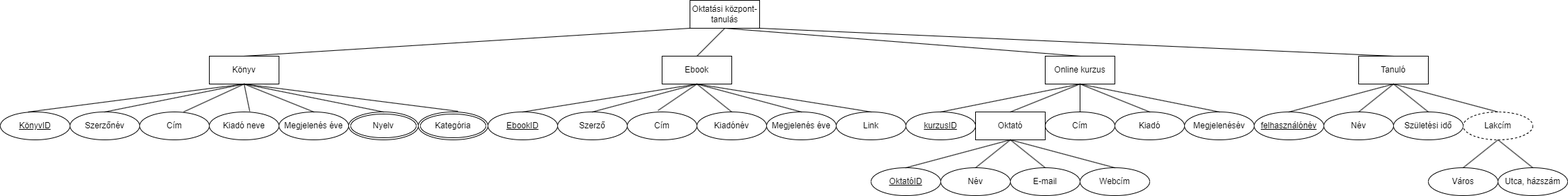
Above: Web/XML_ME/Webes_adatkezelo_kornyezetek/Feleves_feladat/XDMmktjs0.drawio.png in kovacsgergely22/Notes (draw.io), before the change. Source tidied: cells renumbered, new cells last; positions are measured from the earlier drawing's top-left corner, leaving out a move shared by most shapes.
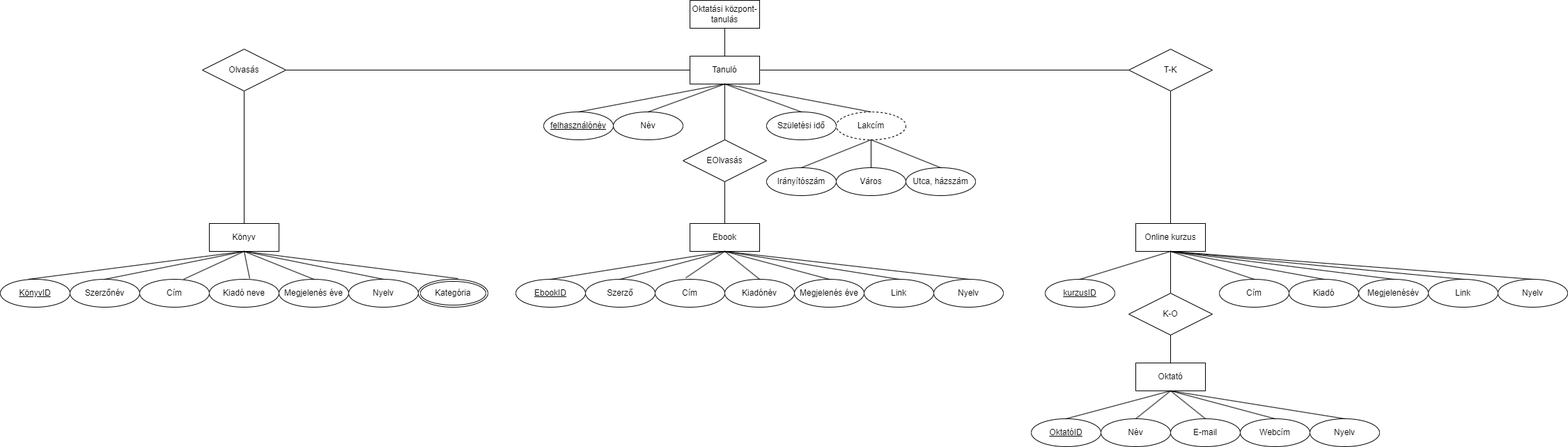
The same diagram one commit later.

Diff of the diagram source:
```diff
@@ -6,100 +6,97 @@
       <mxGeometry x="990" width="100" height="40" as="geometry" />
     </mxCell>
     <mxCell id="3" value="Tanuló" style="whiteSpace=wrap;html=1;align=center;" parent="1" vertex="1">
-      <mxGeometry x="1950" y="80" width="100" height="40" as="geometry" />
+      <mxGeometry x="990" y="80" width="100" height="40" as="geometry" />
     </mxCell>
     <mxCell id="4" value="Online kurzus" style="whiteSpace=wrap;html=1;align=center;" parent="1" vertex="1">
-      <mxGeometry x="1500" y="80" width="100" height="40" as="geometry" />
+      <mxGeometry x="1630" y="320" width="100" height="40" as="geometry" />
     </mxCell>
     <mxCell id="5" value="Ebook" style="whiteSpace=wrap;html=1;align=center;" parent="1" vertex="1">
-      <mxGeometry x="950" y="80" width="100" height="40" as="geometry" />
+      <mxGeometry x="990" y="320" width="100" height="40" as="geometry" />
     </mxCell>
     <mxCell id="6" value="Könyv" style="whiteSpace=wrap;html=1;align=center;" parent="1" vertex="1">
-      <mxGeometry x="300" y="80" width="100" height="40" as="geometry" />
+      <mxGeometry x="300" y="320" width="100" height="40" as="geometry" />
     </mxCell>
     <mxCell id="7" value="Szerző" style="ellipse;whiteSpace=wrap;html=1;align=center;" parent="1" vertex="1">
-      <mxGeometry x="800" y="160" width="100" height="40" as="geometry" />
+      <mxGeometry x="840" y="400" width="100" height="40" as="geometry" />
     </mxCell>
     <mxCell id="8" value="Szerzőnév" style="ellipse;whiteSpace=wrap;html=1;align=center;" parent="1" vertex="1">
-      <mxGeometry x="100" y="160" width="100" height="40" as="geometry" />
+      <mxGeometry x="100" y="400" width="100" height="40" as="geometry" />
     </mxCell>
     <mxCell id="9" value="Cím" style="ellipse;whiteSpace=wrap;html=1;align=center;" parent="1" vertex="1">
-      <mxGeometry x="200" y="160" width="100" height="40" as="geometry" />
+      <mxGeometry x="200" y="400" width="100" height="40" as="geometry" />
     </mxCell>
     <mxCell id="10" value="Kiadó neve" style="ellipse;whiteSpace=wrap;html=1;align=center;" parent="1" vertex="1">
-      <mxGeometry x="300" y="160" width="100" height="40" as="geometry" />
+      <mxGeometry x="300" y="400" width="100" height="40" as="geometry" />
     </mxCell>
     <mxCell id="11" value="Megjelenés éve" style="ellipse;whiteSpace=wrap;html=1;align=center;" parent="1" vertex="1">
-      <mxGeometry x="400" y="160" width="100" height="40" as="geometry" />
+      <mxGeometry x="400" y="400" width="100" height="40" as="geometry" />
     </mxCell>
     <mxCell id="12" value="Kategória" style="ellipse;shape=doubleEllipse;margin=3;whiteSpace=wrap;html=1;align=center;" parent="1" vertex="1">
-      <mxGeometry x="600" y="160" width="100" height="40" as="geometry" />
+      <mxGeometry x="600" y="400" width="100" height="40" as="geometry" />
     </mxCell>
-    <mxCell id="13" value="Nyelv" style="ellipse;shape=doubleEllipse;margin=3;whiteSpace=wrap;html=1;align=center;" parent="1" vertex="1">
-      <mxGeometry x="500" y="160" width="100" height="40" as="geometry" />
-    </mxCell>
     <mxCell id="14" value="Link" style="ellipse;whiteSpace=wrap;html=1;align=center;" parent="1" vertex="1">
-      <mxGeometry x="1200" y="160" width="100" height="40" as="geometry" />
+      <mxGeometry x="1240" y="400" width="100" height="40" as="geometry" />
     </mxCell>
     <mxCell id="15" value="Megjelenés éve" style="ellipse;whiteSpace=wrap;html=1;align=center;" parent="1" vertex="1">
-      <mxGeometry x="1100" y="160" width="100" height="40" as="geometry" />
+      <mxGeometry x="1140" y="400" width="100" height="40" as="geometry" />
     </mxCell>
     <mxCell id="16" value="Kiadónév" style="ellipse;whiteSpace=wrap;html=1;align=center;" parent="1" vertex="1">
-      <mxGeometry x="1000" y="160" width="100" height="40" as="geometry" />
+      <mxGeometry x="1040" y="400" width="100" height="40" as="geometry" />
     </mxCell>
     <mxCell id="17" value="Cím" style="ellipse;whiteSpace=wrap;html=1;align=center;" parent="1" vertex="1">
-      <mxGeometry x="900" y="160" width="100" height="40" as="geometry" />
+      <mxGeometry x="940" y="400" width="100" height="40" as="geometry" />
     </mxCell>
     <mxCell id="18" value="KönyvID" style="ellipse;whiteSpace=wrap;html=1;align=center;fontStyle=4;" parent="1" vertex="1">
-      <mxGeometry y="160" width="100" height="40" as="geometry" />
+      <mxGeometry y="400" width="100" height="40" as="geometry" />
     </mxCell>
     <mxCell id="19" value="EbookID" style="ellipse;whiteSpace=wrap;html=1;align=center;fontStyle=4;" parent="1" vertex="1">
-      <mxGeometry x="700" y="160" width="100" height="40" as="geometry" />
+      <mxGeometry x="740" y="400" width="100" height="40" as="geometry" />
     </mxCell>
     <mxCell id="20" value="kurzusID" style="ellipse;whiteSpace=wrap;html=1;align=center;fontStyle=4;" parent="1" vertex="1">
-      <mxGeometry x="1300" y="160" width="100" height="40" as="geometry" />
+      <mxGeometry x="1500" y="400" width="100" height="40" as="geometry" />
     </mxCell>
     <mxCell id="21" value="Cím" style="ellipse;whiteSpace=wrap;html=1;align=center;" parent="1" vertex="1">
-      <mxGeometry x="1500" y="160" width="100" height="40" as="geometry" />
+      <mxGeometry x="1750" y="400" width="100" height="40" as="geometry" />
     </mxCell>
     <mxCell id="22" value="Oktató" style="whiteSpace=wrap;html=1;align=center;" parent="1" vertex="1">
-      <mxGeometry x="1400" y="160" width="100" height="40" as="geometry" />
+      <mxGeometry x="1630" y="520" width="100" height="40" as="geometry" />
     </mxCell>
     <mxCell id="23" value="Kiadó" style="ellipse;whiteSpace=wrap;html=1;align=center;" parent="1" vertex="1">
-      <mxGeometry x="1600" y="160" width="100" height="40" as="geometry" />
+      <mxGeometry x="1850" y="400" width="100" height="40" as="geometry" />
     </mxCell>
     <mxCell id="24" value="Megjelenésév" style="ellipse;whiteSpace=wrap;html=1;align=center;" parent="1" vertex="1">
-      <mxGeometry x="1700" y="160" width="100" height="40" as="geometry" />
+      <mxGeometry x="1950" y="400" width="100" height="40" as="geometry" />
     </mxCell>
     <mxCell id="25" value="OktatóID" style="ellipse;whiteSpace=wrap;html=1;align=center;fontStyle=4;" parent="1" vertex="1">
-      <mxGeometry x="1250" y="240" width="100" height="40" as="geometry" />
+      <mxGeometry x="1480" y="600" width="100" height="40" as="geometry" />
     </mxCell>
     <mxCell id="26" value="E-mail" style="ellipse;whiteSpace=wrap;html=1;align=center;" parent="1" vertex="1">
-      <mxGeometry x="1450" y="240" width="100" height="40" as="geometry" />
+      <mxGeometry x="1680" y="600" width="100" height="40" as="geometry" />
     </mxCell>
     <mxCell id="27" value="Név" style="ellipse;whiteSpace=wrap;html=1;align=center;" parent="1" vertex="1">
-      <mxGeometry x="1350" y="240" width="100" height="40" as="geometry" />
+      <mxGeometry x="1580" y="600" width="100" height="40" as="geometry" />
     </mxCell>
     <mxCell id="28" value="Webcím" style="ellipse;whiteSpace=wrap;html=1;align=center;" parent="1" vertex="1">
-      <mxGeometry x="1550" y="240" width="100" height="40" as="geometry" />
+      <mxGeometry x="1780" y="600" width="100" height="40" as="geometry" />
     </mxCell>
     <mxCell id="29" value="felhasználónév" style="ellipse;whiteSpace=wrap;html=1;align=center;fontStyle=4;" parent="1" vertex="1">
-      <mxGeometry x="1800" y="160" width="100" height="40" as="geometry" />
+      <mxGeometry x="780" y="160" width="100" height="40" as="geometry" />
     </mxCell>
     <mxCell id="30" value="Név" style="ellipse;whiteSpace=wrap;html=1;align=center;" parent="1" vertex="1">
-      <mxGeometry x="1900" y="160" width="100" height="40" as="geometry" />
+      <mxGeometry x="880" y="160" width="100" height="40" as="geometry" />
     </mxCell>
     <mxCell id="31" value="Születési idő" style="ellipse;whiteSpace=wrap;html=1;align=center;" parent="1" vertex="1">
-      <mxGeometry x="2000" y="160" width="100" height="40" as="geometry" />
+      <mxGeometry x="1100" y="160" width="100" height="40" as="geometry" />
     </mxCell>
     <mxCell id="32" value="Lakcím" style="ellipse;whiteSpace=wrap;html=1;align=center;dashed=1;" parent="1" vertex="1">
-      <mxGeometry x="2100" y="160" width="100" height="40" as="geometry" />
+      <mxGeometry x="1200" y="160" width="100" height="40" as="geometry" />
     </mxCell>
     <mxCell id="33" value="Utca, házszám" style="ellipse;whiteSpace=wrap;html=1;align=center;" parent="1" vertex="1">
-      <mxGeometry x="2150" y="240" width="100" height="40" as="geometry" />
+      <mxGeometry x="1300" y="240" width="100" height="40" as="geometry" />
     </mxCell>
     <mxCell id="34" value="Város" style="ellipse;whiteSpace=wrap;html=1;align=center;" parent="1" vertex="1">
-      <mxGeometry x="2050" y="240" width="100" height="40" as="geometry" />
+      <mxGeometry x="1200" y="240" width="100" height="40" as="geometry" />
     </mxCell>
     <mxCell id="35" style="endArrow=none;html=1;rounded=0;exitX=0.4;exitY=0;exitDx=0;exitDy=0;exitPerimeter=0;entryX=0.5;entryY=1;entryDx=0;entryDy=0;" parent="1" edge="1" source="18" target="6">
       <mxGeometry relative="1" as="geometry" />
@@ -116,8 +113,10 @@
     <mxCell id="39" style="endArrow=none;html=1;rounded=0;entryX=0.5;entryY=0;entryDx=0;entryDy=0;exitX=0.5;exitY=1;exitDx=0;exitDy=0;" parent="1" edge="1" source="6" target="11">
       <mxGeometry relative="1" as="geometry" />
     </mxCell>
-    <mxCell id="40" style="endArrow=none;html=1;rounded=0;entryX=0.5;entryY=0;entryDx=0;entryDy=0;exitX=0.5;exitY=1;exitDx=0;exitDy=0;" parent="1" edge="1" source="6" target="13">
-      <mxGeometry relative="1" as="geometry" />
+    <mxCell id="40" style="endArrow=none;html=1;rounded=0;entryX=0.5;entryY=0;entryDx=0;entryDy=0;exitX=0.5;exitY=1;exitDx=0;exitDy=0;" parent="1" edge="1" source="6">
+      <mxGeometry relative="1" as="geometry">
+        <mxPoint x="550" y="400" as="targetPoint" />
+      </mxGeometry>
     </mxCell>
     <mxCell id="41" style="endArrow=none;html=1;rounded=0;entryX=0.57;entryY=-0.025;entryDx=0;entryDy=0;entryPerimeter=0;exitX=0.5;exitY=1;exitDx=0;exitDy=0;" parent="1" edge="1" source="6" target="12">
       <mxGeometry relative="1" as="geometry" />
@@ -131,18 +130,6 @@
     <mxCell id="44" style="endArrow=none;html=1;rounded=0;entryX=0.44;entryY=-0.05;entryDx=0;entryDy=0;entryPerimeter=0;exitX=0.5;exitY=1;exitDx=0;exitDy=0;" parent="1" edge="1" source="5" target="17">
       <mxGeometry relative="1" as="geometry" />
     </mxCell>
-    <mxCell id="45" style="endArrow=none;html=1;rounded=0;entryX=0;entryY=1;entryDx=0;entryDy=0;exitX=0.5;exitY=0;exitDx=0;exitDy=0;" parent="1" edge="1" source="6" target="2">
-      <mxGeometry relative="1" as="geometry" />
-    </mxCell>
-    <mxCell id="46" style="endArrow=none;html=1;rounded=0;entryX=0.5;entryY=0;entryDx=0;entryDy=0;exitX=0.5;exitY=1;exitDx=0;exitDy=0;" parent="1" edge="1" source="2" target="5">
-      <mxGeometry relative="1" as="geometry" />
-    </mxCell>
-    <mxCell id="47" style="endArrow=none;html=1;rounded=0;entryX=0.5;entryY=0;entryDx=0;entryDy=0;exitX=0.5;exitY=1;exitDx=0;exitDy=0;" parent="1" edge="1" source="2" target="4">
-      <mxGeometry relative="1" as="geometry" />
-    </mxCell>
-    <mxCell id="48" style="endArrow=none;html=1;rounded=0;entryX=0.5;entryY=0;entryDx=0;entryDy=0;exitX=1;exitY=1;exitDx=0;exitDy=0;" parent="1" edge="1" source="2" target="3">
-      <mxGeometry relative="1" as="geometry" />
-    </mxCell>
     <mxCell id="49" style="endArrow=none;html=1;rounded=0;entryX=0.5;entryY=0;entryDx=0;entryDy=0;exitX=0.5;exitY=1;exitDx=0;exitDy=0;" parent="1" edge="1" source="5" target="16">
       <mxGeometry relative="1" as="geometry" />
     </mxCell>
@@ -155,9 +142,6 @@
     <mxCell id="52" style="endArrow=none;html=1;rounded=0;exitX=0.5;exitY=0;exitDx=0;exitDy=0;entryX=0.5;entryY=1;entryDx=0;entryDy=0;" parent="1" edge="1" source="20" target="4">
       <mxGeometry relative="1" as="geometry" />
     </mxCell>
-    <mxCell id="53" style="endArrow=none;html=1;rounded=0;exitX=0.5;exitY=0;exitDx=0;exitDy=0;entryX=0.5;entryY=1;entryDx=0;entryDy=0;" parent="1" edge="1" source="22" target="4">
-      <mxGeometry relative="1" as="geometry" />
-    </mxCell>
     <mxCell id="54" style="endArrow=none;html=1;rounded=0;entryX=0.5;entryY=0;entryDx=0;entryDy=0;exitX=0.5;exitY=1;exitDx=0;exitDy=0;" parent="1" edge="1" source="4" target="21">
       <mxGeometry relative="1" as="geometry" />
     </mxCell>
@@ -197,5 +181,77 @@
     <mxCell id="66" style="endArrow=none;html=1;rounded=0;exitX=0.5;exitY=1;exitDx=0;exitDy=0;entryX=0.5;entryY=0;entryDx=0;entryDy=0;" parent="1" edge="1" source="32" target="34">
       <mxGeometry relative="1" as="geometry" />
     </mxCell>
+    <mxCell id="67" value="Irányítószám" style="ellipse;whiteSpace=wrap;html=1;align=center;" parent="1" vertex="1">
+      <mxGeometry x="1100" y="240" width="100" height="40" as="geometry" />
+    </mxCell>
+    <mxCell id="68" style="endArrow=none;html=1;rounded=0;entryX=0.5;entryY=1;entryDx=0;entryDy=0;exitX=0.5;exitY=0;exitDx=0;exitDy=0;" parent="1" edge="1" source="67" target="32">
+      <mxGeometry relative="1" as="geometry" />
+    </mxCell>
+    <mxCell id="69" value="Olvasás" style="shape=rhombus;perimeter=rhombusPerimeter;whiteSpace=wrap;html=1;align=center;" parent="1" vertex="1">
+      <mxGeometry x="290" y="70" width="120" height="60" as="geometry" />
+    </mxCell>
+    <mxCell id="70" value="EOlvasás" style="shape=rhombus;perimeter=rhombusPerimeter;whiteSpace=wrap;html=1;align=center;" parent="1" vertex="1">
+      <mxGeometry x="980" y="200" width="120" height="60" as="geometry" />
+    </mxCell>
+    <mxCell id="71" value="T-K" style="shape=rhombus;perimeter=rhombusPerimeter;whiteSpace=wrap;html=1;align=center;" parent="1" vertex="1">
+      <mxGeometry x="1620" y="70" width="120" height="60" as="geometry" />
+    </mxCell>
+    <mxCell id="48" style="endArrow=none;html=1;rounded=0;exitX=0.5;exitY=1;exitDx=0;exitDy=0;entryX=0.5;entryY=0;entryDx=0;entryDy=0;" parent="1" edge="1" source="2" target="3">
+      <mxGeometry relative="1" as="geometry" />
+    </mxCell>
+    <mxCell id="72" style="endArrow=none;html=1;rounded=0;exitX=1;exitY=0.5;exitDx=0;exitDy=0;entryX=0;entryY=0.5;entryDx=0;entryDy=0;" parent="1" edge="1" source="69" target="3">
+      <mxGeometry relative="1" as="geometry" />
+    </mxCell>
+    <mxCell id="73" style="endArrow=none;html=1;rounded=0;exitX=1;exitY=0.5;exitDx=0;exitDy=0;entryX=0;entryY=0.5;entryDx=0;entryDy=0;" parent="1" edge="1" source="3" target="71">
+      <mxGeometry relative="1" as="geometry" />
+    </mxCell>
+    <mxCell id="74" style="endArrow=none;html=1;rounded=0;entryX=0.5;entryY=1;entryDx=0;entryDy=0;exitX=0.5;exitY=0;exitDx=0;exitDy=0;" parent="1" edge="1" source="4" target="71">
+      <mxGeometry relative="1" as="geometry" />
+    </mxCell>
+    <mxCell id="75" style="endArrow=none;html=1;rounded=0;exitX=0.5;exitY=1;exitDx=0;exitDy=0;entryX=0.5;entryY=0;entryDx=0;entryDy=0;" parent="1" edge="1" source="3" target="70">
+      <mxGeometry relative="1" as="geometry" />
+    </mxCell>
+    <mxCell id="76" style="endArrow=none;html=1;rounded=0;exitX=0.5;exitY=1;exitDx=0;exitDy=0;entryX=0.5;entryY=0;entryDx=0;entryDy=0;" parent="1" edge="1" source="70" target="5">
+      <mxGeometry relative="1" as="geometry" />
+    </mxCell>
+    <mxCell id="77" style="endArrow=none;html=1;rounded=0;exitX=0.5;exitY=1;exitDx=0;exitDy=0;entryX=0.5;entryY=0;entryDx=0;entryDy=0;" parent="1" edge="1" source="69" target="6">
+      <mxGeometry relative="1" as="geometry" />
+    </mxCell>
+    <mxCell id="78" value="K-O" style="shape=rhombus;perimeter=rhombusPerimeter;whiteSpace=wrap;html=1;align=center;" parent="1" vertex="1">
+      <mxGeometry x="1620" y="420" width="120" height="60" as="geometry" />
+    </mxCell>
+    <mxCell id="79" style="endArrow=none;html=1;rounded=0;exitX=0.5;exitY=0;exitDx=0;exitDy=0;entryX=0.5;entryY=1;entryDx=0;entryDy=0;" parent="1" edge="1" source="78" target="4">
+      <mxGeometry relative="1" as="geometry" />
+    </mxCell>
+    <mxCell id="80" style="endArrow=none;html=1;rounded=0;entryX=0.5;entryY=0;entryDx=0;entryDy=0;exitX=0.5;exitY=1;exitDx=0;exitDy=0;" parent="1" edge="1" source="78" target="22">
+      <mxGeometry relative="1" as="geometry" />
+    </mxCell>
+    <mxCell id="81" value="Nyelv" style="ellipse;whiteSpace=wrap;html=1;align=center;" parent="1" vertex="1">
+      <mxGeometry x="500" y="400" width="100" height="40" as="geometry" />
+    </mxCell>
+    <mxCell id="82" value="Nyelv" style="ellipse;whiteSpace=wrap;html=1;align=center;" parent="1" vertex="1">
+      <mxGeometry x="1340" y="400" width="100" height="40" as="geometry" />
+    </mxCell>
+    <mxCell id="83" style="endArrow=none;html=1;rounded=0;entryX=0.5;entryY=1;entryDx=0;entryDy=0;exitX=0.5;exitY=0;exitDx=0;exitDy=0;" parent="1" edge="1" source="82" target="5">
+      <mxGeometry relative="1" as="geometry" />
+    </mxCell>
+    <mxCell id="84" value="Nyelv" style="ellipse;whiteSpace=wrap;html=1;align=center;" parent="1" vertex="1">
+      <mxGeometry x="2150" y="400" width="100" height="40" as="geometry" />
+    </mxCell>
+    <mxCell id="85" style="endArrow=none;html=1;rounded=0;entryX=0.5;entryY=1;entryDx=0;entryDy=0;exitX=0.5;exitY=0;exitDx=0;exitDy=0;" parent="1" edge="1" source="84" target="4">
+      <mxGeometry relative="1" as="geometry" />
+    </mxCell>
+    <mxCell id="86" value="Nyelv" style="ellipse;whiteSpace=wrap;html=1;align=center;" parent="1" vertex="1">
+      <mxGeometry x="1880" y="600" width="100" height="40" as="geometry" />
+    </mxCell>
+    <mxCell id="87" style="endArrow=none;html=1;rounded=0;exitX=0.5;exitY=0;exitDx=0;exitDy=0;entryX=0.5;entryY=1;entryDx=0;entryDy=0;" parent="1" edge="1" source="86" target="22">
+      <mxGeometry relative="1" as="geometry" />
+    </mxCell>
+    <mxCell id="88" value="Link" style="ellipse;whiteSpace=wrap;html=1;align=center;" parent="1" vertex="1">
+      <mxGeometry x="2050" y="400" width="100" height="40" as="geometry" />
+    </mxCell>
+    <mxCell id="89" style="endArrow=none;html=1;rounded=0;exitX=0.5;exitY=1;exitDx=0;exitDy=0;entryX=0.5;entryY=0;entryDx=0;entryDy=0;" parent="1" edge="1" source="4" target="88">
+      <mxGeometry relative="1" as="geometry" />
+    </mxCell>
   </root>
 </mxGraphModel>
```
